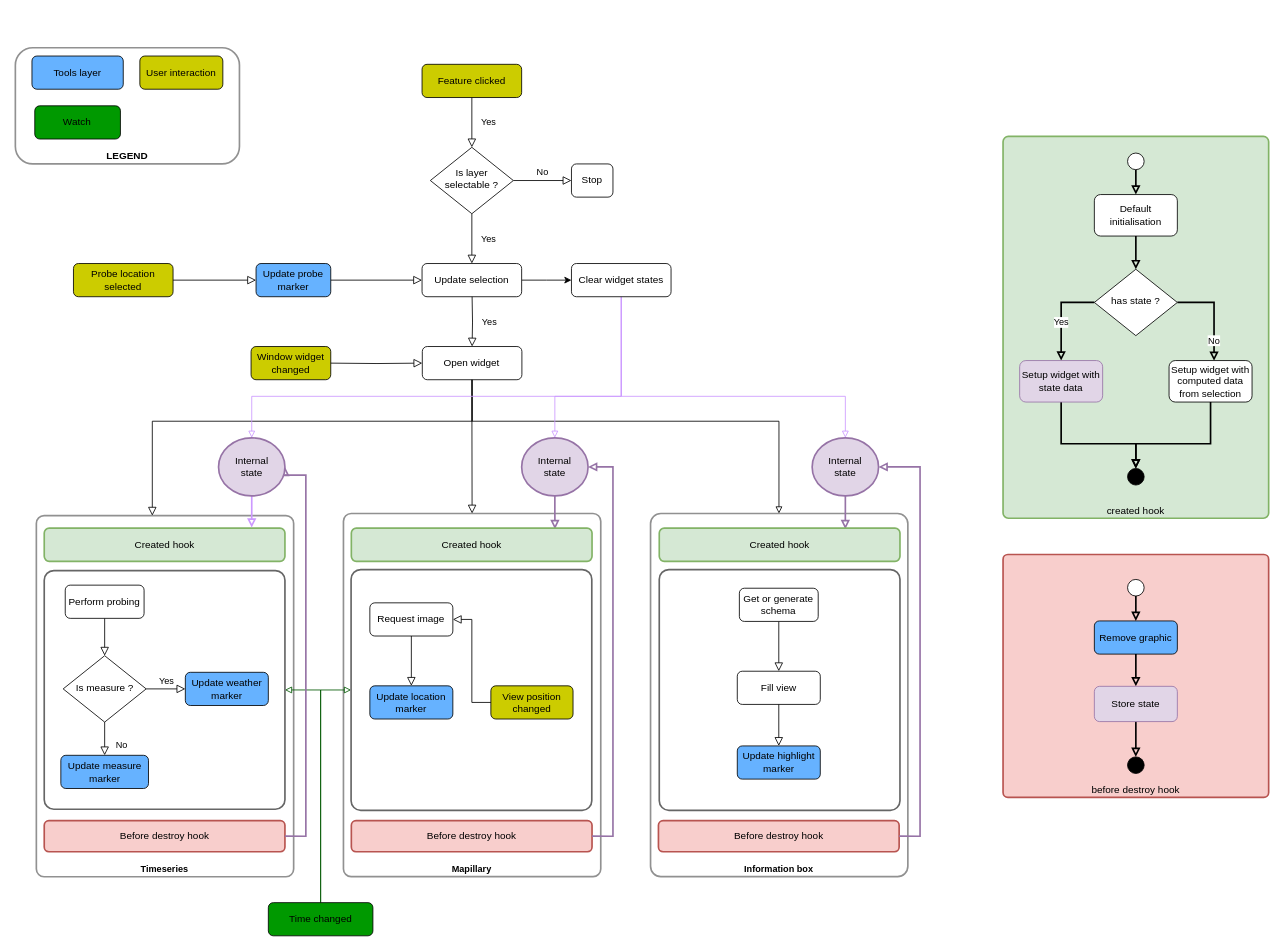
This is page "Version 2" (2 of 2) of docs/assets/Widgets Workflow Diagram.drawio from kalisio/kdk, a draw.io file, before an edit. Source tidied: cells renumbered, new cells numbered last; positions are measured from the earlier drawing's top-left corner, leaving out a move shared by most shapes. Both pictures are drawn from the tidied source at 83%, with x=0, y=0 at pixel (15, 47).
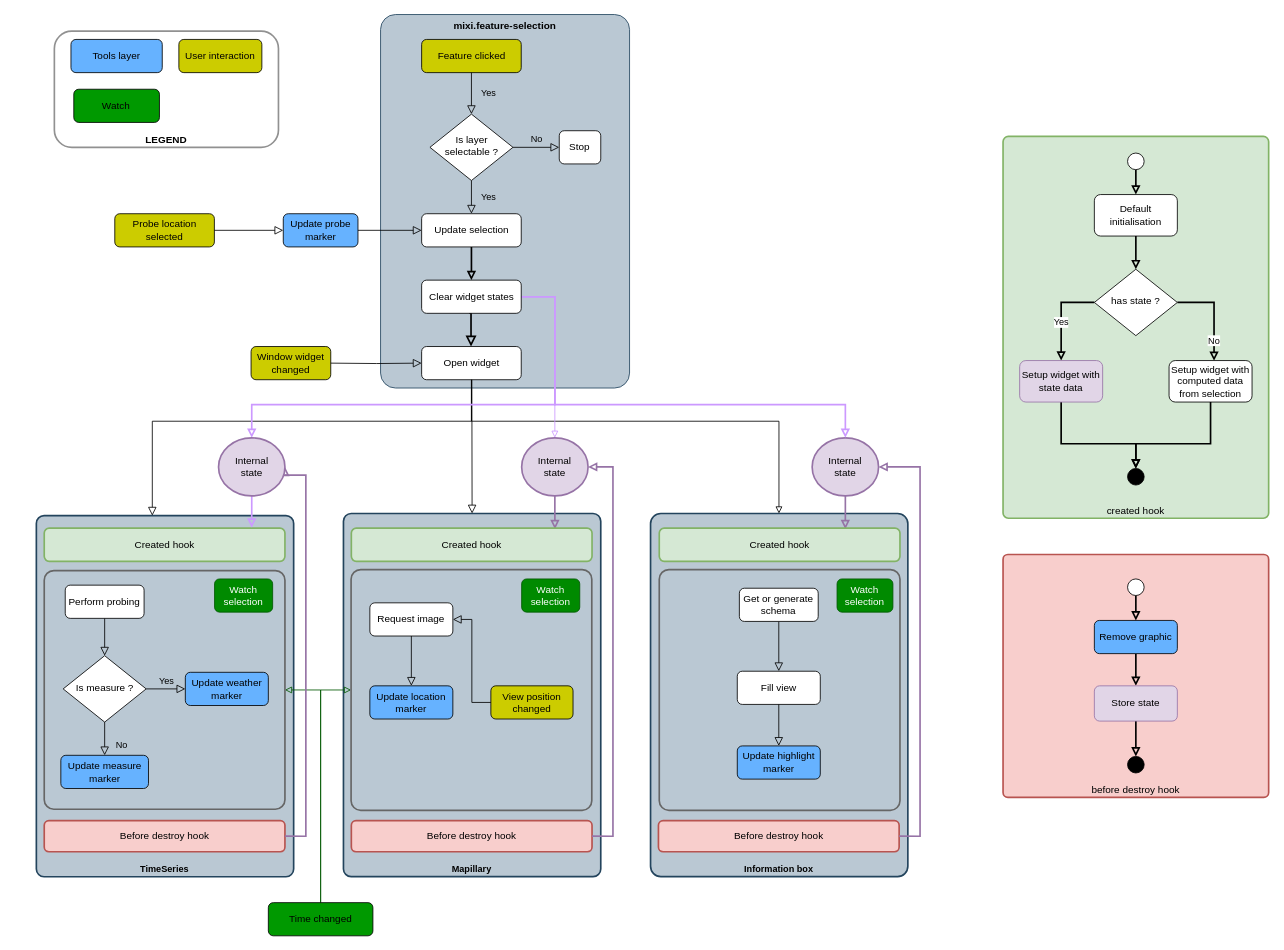
The same diagram, later.

Unchanged cells that the change refers to:
```xml
<mxCell id="48" value="Internal&lt;br&gt;state" style="ellipse;whiteSpace=wrap;html=1;strokeColor=#9673a6;strokeWidth=2;fillColor=#e1d5e7;" parent="1" vertex="1">
  <mxGeometry x="960" y="470" width="80" height="70" as="geometry" />
</mxCell>
<mxCell id="50" value="Internal&lt;br&gt;state" style="ellipse;whiteSpace=wrap;html=1;strokeColor=#9673a6;strokeWidth=2;fillColor=#e1d5e7;" parent="1" vertex="1">
  <mxGeometry x="610" y="470" width="80" height="70" as="geometry" />
</mxCell>
<mxCell id="89" value="Internal&lt;br&gt;state" style="ellipse;whiteSpace=wrap;html=1;strokeColor=#9673a6;strokeWidth=2;fillColor=#e1d5e7;" parent="1" vertex="1">
  <mxGeometry x="244.8" y="470" width="80" height="70" as="geometry" />
</mxCell>
```

The edit, as a diff of the source:
```diff
@@
+    <mxCell id="92" value="mixi.feature-selection" style="rounded=1;whiteSpace=wrap;html=1;fillColor=#bac8d3;arcSize=6;verticalAlign=top;fontStyle=1;strokeColor=#23445d;" parent="1" vertex="1">
+      <mxGeometry x="440" y="-40" width="300" height="450" as="geometry" />
+    </mxCell>
-    <mxCell id="2" value="&lt;span style=&quot;font-size: 11px ; font-weight: 700&quot;&gt;Mapillary&lt;/span&gt;" style="rounded=1;whiteSpace=wrap;html=1;strokeColor=#919191;strokeWidth=2;fillColor=#FFFFFF00;verticalAlign=bottom;arcSize=3;" parent="1" vertex="1">
+    <mxCell id="2" value="&lt;span style=&quot;font-size: 11px ; font-weight: 700&quot;&gt;Mapillary&lt;/span&gt;" style="rounded=1;whiteSpace=wrap;html=1;strokeColor=#23445d;strokeWidth=2;fillColor=#bac8d3;verticalAlign=bottom;arcSize=3;" parent="1" vertex="1">
       <mxGeometry x="395.3" y="561.2" width="310" height="437.5" as="geometry" />
     </mxCell>
-    <mxCell id="3" value="&lt;span style=&quot;font-size: 11px&quot;&gt;&lt;b&gt;Information box&lt;br&gt;&lt;/b&gt;&lt;/span&gt;" style="rounded=1;whiteSpace=wrap;html=1;strokeColor=#919191;strokeWidth=2;fillColor=#FFFFFF00;verticalAlign=bottom;arcSize=4;" parent="1" vertex="1">
+    <mxCell id="3" value="&lt;span style=&quot;font-size: 11px&quot;&gt;&lt;b&gt;Information box&lt;br&gt;&lt;/b&gt;&lt;/span&gt;" style="rounded=1;whiteSpace=wrap;html=1;strokeColor=#23445d;strokeWidth=2;fillColor=#bac8d3;verticalAlign=bottom;arcSize=4;" parent="1" vertex="1">
       <mxGeometry x="765.3" y="561.2" width="310" height="437.5" as="geometry" />
     </mxCell>
-    <mxCell id="4" value="&lt;span style=&quot;font-size: 11px ; font-weight: 700&quot;&gt;Timeseries&lt;/span&gt;" style="rounded=1;whiteSpace=wrap;html=1;strokeColor=#919191;strokeWidth=2;fillColor=#FFFFFF00;verticalAlign=bottom;arcSize=3;" parent="1" vertex="1">
+    <mxCell id="4" value="&lt;span style=&quot;font-size: 11px ; font-weight: 700&quot;&gt;TimeSeries&lt;/span&gt;" style="rounded=1;whiteSpace=wrap;html=1;strokeColor=#23445d;strokeWidth=2;fillColor=#bac8d3;verticalAlign=bottom;arcSize=3;" parent="1" vertex="1">
       <mxGeometry x="25.3" y="563.8" width="310" height="435" as="geometry" />
     </mxCell>
@@
     <mxCell id="17" value="Is layer selectable ?" style="rhombus;whiteSpace=wrap;html=1;shadow=0;fontFamily=Helvetica;fontSize=12;align=center;strokeWidth=1;spacing=6;spacingTop=-4;" parent="1" vertex="1">
-      <mxGeometry x="500" y="120" width="100" height="80" as="geometry" />
+      <mxGeometry x="499.5" y="80" width="100" height="80" as="geometry" />
     </mxCell>
     <mxCell id="18" value="Stop" style="rounded=1;whiteSpace=wrap;html=1;fontSize=12;glass=0;strokeWidth=1;shadow=0;" parent="1" vertex="1">
-      <mxGeometry x="670" y="140" width="50" height="40" as="geometry" />
+      <mxGeometry x="655.3" y="100" width="50" height="40" as="geometry" />
     </mxCell>
@@
     <mxCell id="25" value="Probe location selected" style="rounded=1;whiteSpace=wrap;html=1;fontSize=12;glass=0;strokeWidth=1;shadow=0;fillColor=#CCCC00;" parent="1" vertex="1">
-      <mxGeometry x="70" y="260" width="120" height="40" as="geometry" />
+      <mxGeometry x="119.8" y="200" width="120" height="40" as="geometry" />
     </mxCell>
@@
     <mxCell id="28" value="Feature clicked" style="rounded=1;whiteSpace=wrap;html=1;fontSize=12;glass=0;strokeWidth=1;shadow=0;fillColor=#CCCC00;" parent="1" vertex="1">
-      <mxGeometry x="490" y="20" width="120" height="40" as="geometry" />
+      <mxGeometry x="489.5" y="-10" width="120" height="40" as="geometry" />
     </mxCell>
-    <mxCell id="29" style="edgeStyle=orthogonalEdgeStyle;rounded=0;jettySize=auto;html=1;exitX=1;exitY=0.5;exitDx=0;exitDy=0;entryX=0;entryY=0.5;entryDx=0;entryDy=0;" parent="1" edge="1" source="30">
-      <mxGeometry relative="1" as="geometry">
-        <mxPoint x="670" y="280" as="targetPoint" />
-      </mxGeometry>
-    </mxCell>
+    <mxCell id="93" style="edgeStyle=orthogonalEdgeStyle;rounded=0;jettySize=auto;html=1;entryX=0.5;entryY=0;entryDx=0;entryDy=0;endArrow=block;endFill=0;strokeColor=#000000;strokeWidth=2;" parent="1" edge="1" source="30" target="56">
+      <mxGeometry relative="1" as="geometry" />
+    </mxCell>
     <mxCell id="30" value="Update selection" style="rounded=1;whiteSpace=wrap;html=1;fontSize=12;glass=0;strokeWidth=1;shadow=0;" parent="1" vertex="1">
-      <mxGeometry x="490" y="260" width="120" height="40" as="geometry" />
+      <mxGeometry x="489.5" y="200" width="120" height="40" as="geometry" />
     </mxCell>
@@
     <mxCell id="32" value="Open widget" style="rounded=1;whiteSpace=wrap;html=1;fontSize=12;glass=0;strokeWidth=1;shadow=0;" parent="1" vertex="1">
-      <mxGeometry x="490.3" y="360" width="120" height="40" as="geometry" />
+      <mxGeometry x="489.5" y="360" width="120" height="40" as="geometry" />
     </mxCell>
@@
     <mxCell id="36" value="Update probe marker" style="rounded=1;whiteSpace=wrap;html=1;fontSize=12;glass=0;strokeWidth=1;shadow=0;fillColor=#66B2FF;" parent="1" vertex="1">
-      <mxGeometry x="290" y="260" width="90" height="40" as="geometry" />
+      <mxGeometry x="322.8" y="200" width="90" height="40" as="geometry" />
     </mxCell>
@@
     <mxCell id="40" style="group;" parent="1" vertex="1">
-      <mxGeometry width="270" height="140" as="geometry" />
+      <mxGeometry x="47" y="-20" width="270" height="140" as="geometry" />
     </mxCell>
@@
-    <mxCell id="46" value="Yes" style="rounded=0;html=1;jettySize=auto;fontSize=11;endArrow=block;endFill=0;endSize=8;strokeWidth=1;shadow=0;labelBackgroundColor=none;edgeStyle=orthogonalEdgeStyle;" parent="1" edge="1" target="32">
+    <mxCell id="46" style="rounded=0;html=1;jettySize=auto;fontSize=11;endArrow=block;endFill=0;endSize=8;strokeWidth=2;shadow=0;labelBackgroundColor=none;edgeStyle=orthogonalEdgeStyle;exitX=0.479;exitY=0.992;exitDx=0;exitDy=0;exitPerimeter=0;" parent="1" edge="1" source="56" target="32">
       <mxGeometry y="20" relative="1" as="geometry">
-        <mxPoint x="550.3" y="300" as="sourcePoint" />
+        <Array as="points">
+          <mxPoint x="549" y="320" />
+        </Array>
       </mxGeometry>
     </mxCell>
@@
     <mxCell id="53" style="edgeStyle=orthogonalEdgeStyle;rounded=0;jettySize=auto;html=1;entryX=0.5;entryY=0;entryDx=0;entryDy=0;endArrow=block;endFill=0;strokeColor=#CC99FF;" parent="1" edge="1" source="56" target="50">
       <mxGeometry relative="1" as="geometry">
         <Array as="points">
-          <mxPoint x="730" y="420" />
-          <mxPoint x="650" y="420" />
+          <mxPoint x="650" y="300" />
         </Array>
       </mxGeometry>
     </mxCell>
-    <mxCell id="54" style="edgeStyle=orthogonalEdgeStyle;rounded=0;jettySize=auto;html=1;entryX=0.5;entryY=0;entryDx=0;entryDy=0;endArrow=block;endFill=0;strokeColor=#CC99FF;" parent="1" edge="1" source="56" target="48">
+    <mxCell id="54" style="edgeStyle=orthogonalEdgeStyle;rounded=0;jettySize=auto;html=1;entryX=0.5;entryY=0;entryDx=0;entryDy=0;endArrow=block;endFill=0;strokeColor=#CC99FF;strokeWidth=2;" parent="1" edge="1" source="56" target="48">
       <mxGeometry relative="1" as="geometry">
         <Array as="points">
-          <mxPoint x="730" y="420" />
-          <mxPoint x="1000" y="420" />
+          <mxPoint x="650" y="300" />
+          <mxPoint x="650" y="430" />
+          <mxPoint x="1000" y="430" />
         </Array>
       </mxGeometry>
     </mxCell>
-    <mxCell id="55" style="edgeStyle=orthogonalEdgeStyle;rounded=0;jettySize=auto;html=1;entryX=0.5;entryY=0;entryDx=0;entryDy=0;endArrow=block;endFill=0;strokeColor=#CC99FF;" parent="1" edge="1" source="56" target="89">
+    <mxCell id="55" style="edgeStyle=orthogonalEdgeStyle;rounded=0;jettySize=auto;html=1;entryX=0.5;entryY=0;entryDx=0;entryDy=0;endArrow=block;endFill=0;strokeColor=#CC99FF;strokeWidth=2;" parent="1" edge="1" source="56" target="89">
       <mxGeometry relative="1" as="geometry">
         <Array as="points">
-          <mxPoint x="730" y="420" />
-          <mxPoint x="285" y="420" />
+          <mxPoint x="650" y="300" />
+          <mxPoint x="650" y="430" />
+          <mxPoint x="285" y="430" />
         </Array>
       </mxGeometry>
     </mxCell>
     <mxCell id="56" value="Clear widget states" style="rounded=1;whiteSpace=wrap;html=1;fontSize=12;glass=0;strokeWidth=1;shadow=0;" parent="1" vertex="1">
-      <mxGeometry x="670" y="260" width="120" height="40" as="geometry" />
+      <mxGeometry x="489.5" y="280" width="120" height="40" as="geometry" />
     </mxCell>
@@
     <mxCell id="74" style="ellipse;whiteSpace=wrap;html=1;" parent="1" vertex="1">
-      <mxGeometry x="1340" y="640.6" width="20" height="20" as="geometry" />
+      <mxGeometry x="1340" y="640" width="20" height="20" as="geometry" />
     </mxCell>
     <mxCell id="75" style="ellipse;whiteSpace=wrap;html=1;fillColor=#000000;" parent="1" vertex="1">
-      <mxGeometry x="1340" y="854.4" width="20" height="20" as="geometry" />
+      <mxGeometry x="1340" y="853.8" width="20" height="20" as="geometry" />
     </mxCell>
@@
     <mxCell id="77" value="Remove graphic" style="rounded=1;whiteSpace=wrap;html=1;fontSize=12;glass=0;strokeWidth=1;shadow=0;fillColor=#66B2FF;" parent="1" vertex="1">
-      <mxGeometry x="1300" y="690.6" width="100" height="40" as="geometry" />
+      <mxGeometry x="1300" y="690" width="100" height="40" as="geometry" />
     </mxCell>
@@
     <mxCell id="91" value="Store state" style="rounded=1;whiteSpace=wrap;html=1;fontSize=12;glass=0;strokeWidth=1;shadow=0;fillColor=#e1d5e7;strokeColor=#9673a6;" parent="1" vertex="1">
-      <mxGeometry x="1300" y="769.4" width="100" height="42.5" as="geometry" />
+      <mxGeometry x="1300" y="768.8" width="100" height="42.5" as="geometry" />
     </mxCell>
+    <mxCell id="94" value="Watch&lt;br&gt;selection" style="rounded=1;whiteSpace=wrap;html=1;fillColor=#008a00;strokeColor=#005700;fontColor=#ffffff;" parent="1" vertex="1">
+      <mxGeometry x="610" y="640" width="70" height="40" as="geometry" />
+    </mxCell>
+    <mxCell id="95" value="Watch&lt;br&gt;selection" style="rounded=1;whiteSpace=wrap;html=1;fillColor=#008a00;strokeColor=#005700;fontColor=#ffffff;" parent="1" vertex="1">
+      <mxGeometry x="240" y="640" width="70" height="40" as="geometry" />
+    </mxCell>
+    <mxCell id="96" value="Watch&lt;br&gt;selection" style="rounded=1;whiteSpace=wrap;html=1;fillColor=#008a00;strokeColor=#005700;fontColor=#ffffff;" parent="1" vertex="1">
+      <mxGeometry x="990" y="640" width="67.3" height="40" as="geometry" />
+    </mxCell>
```
